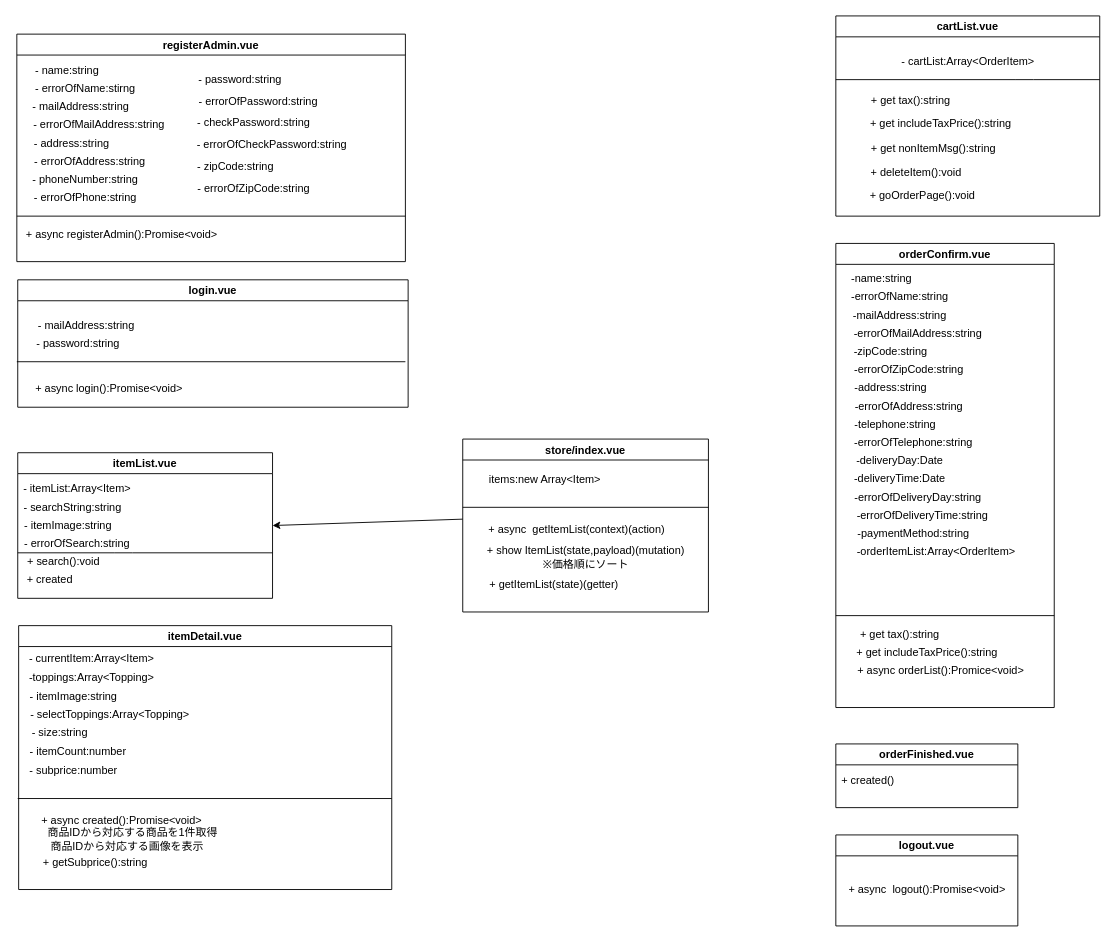
The draw.io diagram page "ページ1" (1 of 2) of class.drawio in shiibawataru/ec-202110b, before the edit. Source tidied: cells renumbered, new cells numbered last; positions are measured from the earlier drawing's top-left corner, leaving out a move shared by most shapes. Both pictures are drawn from the tidied source at 91%, with x=0, y=0 at pixel (16, 15).
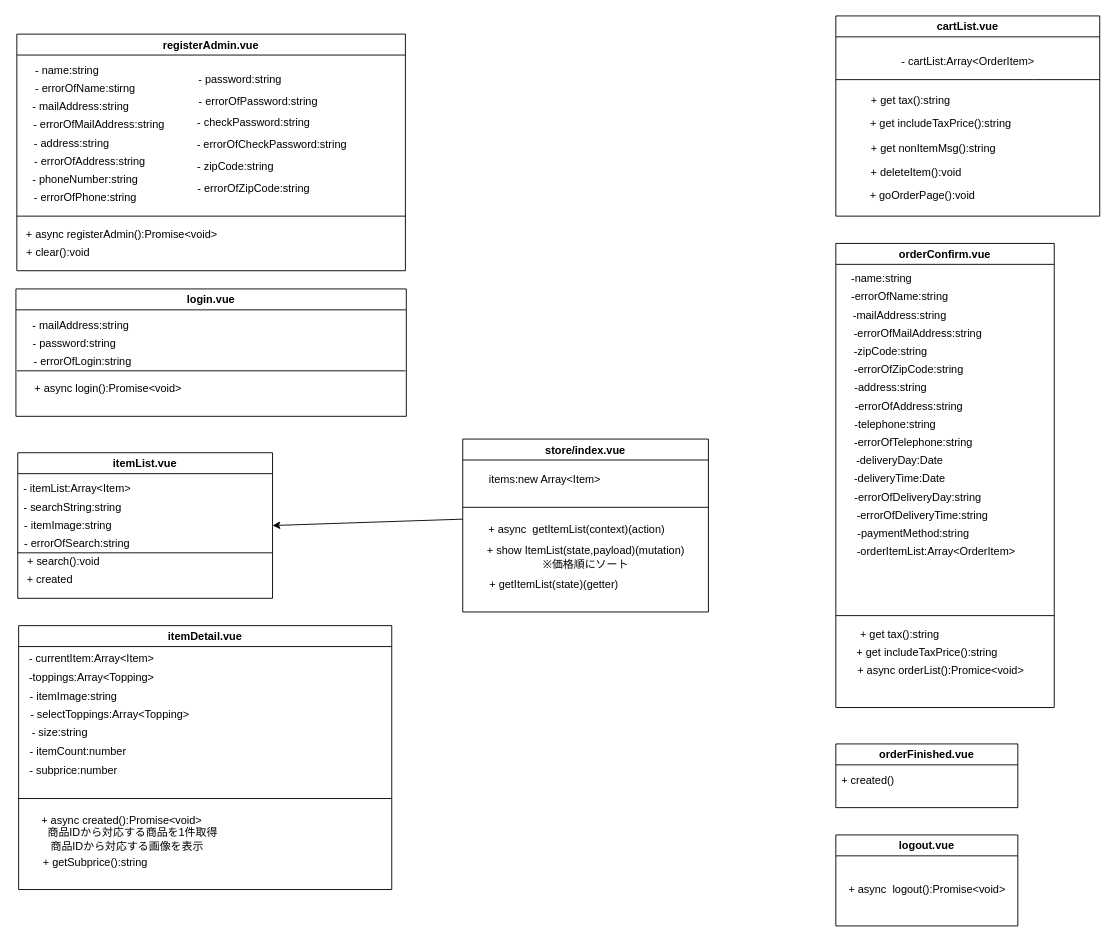
Above is the later version.

Commit message:
管理者登録／ログインのクラス図を修正しました

The edit, as a diff of the source:
```diff
@@
     <mxCell id="2" value="registerAdmin.vue" style="swimlane;" parent="1" vertex="1">
-      <mxGeometry y="20" width="427" height="250" as="geometry" />
+      <mxGeometry y="20" width="427" height="260" as="geometry" />
     </mxCell>
@@
+    <mxCell id="83" value="+ clear():void" style="text;html=1;align=center;verticalAlign=middle;strokeColor=none;" parent="2" vertex="1">
+      <mxGeometry y="230" width="90" height="20" as="geometry" />
+    </mxCell>
@@
     <mxCell id="38" value="login.vue" style="swimlane;" parent="1" vertex="1">
-      <mxGeometry x="1" y="290" width="429" height="140" as="geometry" />
+      <mxGeometry x="-1" y="300" width="429" height="140" as="geometry" />
     </mxCell>
     <mxCell id="39" value="- password:string" style="text;html=1;align=center;verticalAlign=middle;strokeColor=none;" parent="38" vertex="1">
-      <mxGeometry x="11" y="60" width="110" height="20" as="geometry" />
+      <mxGeometry x="9" y="50" width="110" height="20" as="geometry" />
     </mxCell>
     <mxCell id="40" value="- mailAddress:string" style="text;html=1;align=center;verticalAlign=middle;strokeColor=none;" parent="38" vertex="1">
-      <mxGeometry x="15" y="40" width="120" height="20" as="geometry" />
+      <mxGeometry x="11" y="30" width="120" height="20" as="geometry" />
     </mxCell>
+    <mxCell id="84" value="- errorOfLogin:string" style="text;html=1;align=center;verticalAlign=middle;strokeColor=none;" parent="38" vertex="1">
+      <mxGeometry x="13" y="70" width="120" height="20" as="geometry" />
+    </mxCell>
+    <mxCell id="73" value="+ async login():Promise&amp;lt;void&amp;gt;" style="text;html=1;align=center;verticalAlign=middle;strokeColor=none;" parent="38" vertex="1">
+      <mxGeometry x="11" y="100" width="180" height="20" as="geometry" />
+    </mxCell>
@@
-    <mxCell id="73" value="+ async login():Promise&amp;lt;void&amp;gt;" style="text;html=1;align=center;verticalAlign=middle;strokeColor=none;" parent="1" vertex="1">
-      <mxGeometry x="11" y="400" width="180" height="20" as="geometry" />
-    </mxCell>
@@
     <mxCell id="80" style="endArrow=none;html=1;" parent="1" edge="1">
       <mxGeometry relative="1" as="geometry">
-        <mxPoint y="380" as="sourcePoint" />
-        <mxPoint x="427" y="380" as="targetPoint" />
+        <mxPoint y="390" as="sourcePoint" />
+        <mxPoint x="427" y="390" as="targetPoint" />
       </mxGeometry>
     </mxCell>
```
